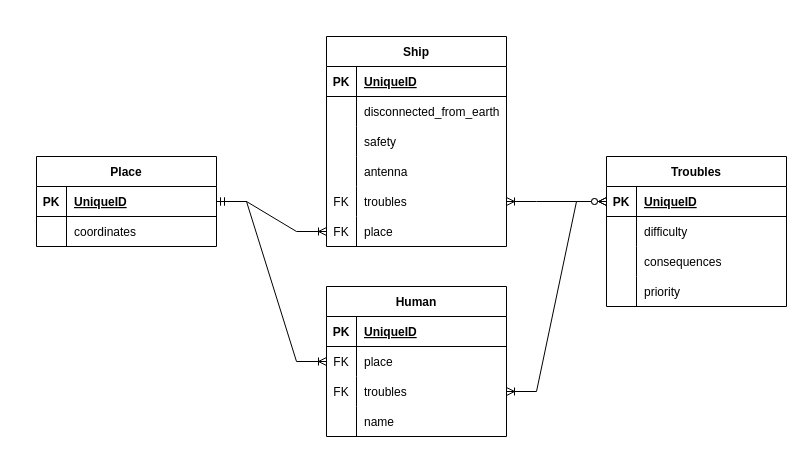
Earlier version of the draw.io diagram lab1/ER_diagram.drawio (worthant/Databases-course). Source tidied: cells renumbered, new cells numbered last; positions are measured from the earlier drawing's top-left corner, leaving out a move shared by most shapes. Both pictures are drawn from the tidied source at 100%, with x=0, y=0 at pixel (36, 36).
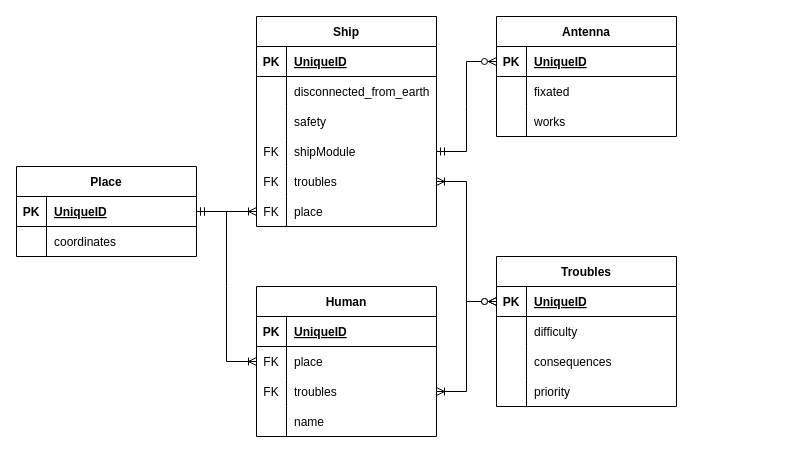
The same diagram, later.

Unchanged cells that the change refers to:
```xml
<mxCell id="12" style="shape=tableRow;horizontal=0;startSize=0;swimlaneHead=0;swimlaneBody=0;fillColor=none;points=[[0,0.5],[1,0.5]];portConstraint=eastwest;top=0;left=0;right=0;bottom=0;" parent="2" vertex="1">
  <mxGeometry y="120" width="180" height="30" as="geometry" />
</mxCell>
```

What changed in the source:
```diff
@@
     <mxCell id="2" value="Ship" style="shape=table;startSize=30;childLayout=tableLayout;rowLines=0;fontStyle=1;align=center;" parent="1" vertex="1">
-      <mxGeometry x="290" width="180" height="210" as="geometry" />
+      <mxGeometry x="220" y="-20" width="180" height="210" as="geometry" />
     </mxCell>
@@
-    <mxCell id="13" style="shape=partialRectangle;fillColor=none;top=0;left=0;bottom=0;right=0;overflow=hidden;" parent="12" vertex="1">
+    <mxCell id="13" value="FK" style="shape=partialRectangle;fillColor=none;top=0;left=0;bottom=0;right=0;overflow=hidden;" parent="12" vertex="1">
       <mxGeometry width="30" height="30" as="geometry" />
     </mxCell>
-    <mxCell id="14" value="antenna" style="shape=partialRectangle;fillColor=none;top=0;left=0;bottom=0;right=0;align=left;spacingLeft=6;overflow=hidden;" parent="12" vertex="1">
+    <mxCell id="14" value="shipModule" style="shape=partialRectangle;fillColor=none;top=0;left=0;bottom=0;right=0;align=left;spacingLeft=6;overflow=hidden;" parent="12" vertex="1">
       <mxGeometry x="30" width="150" height="30" as="geometry" />
     </mxCell>
@@
     <mxCell id="21" value="Place" style="shape=table;startSize=30;childLayout=tableLayout;rowLines=0;fontStyle=1;align=center;" parent="1" vertex="1">
-      <mxGeometry y="120" width="180" height="90" as="geometry" />
+      <mxGeometry x="-20" y="130" width="180" height="90" as="geometry" />
     </mxCell>
@@
     <mxCell id="28" value="Human" style="shape=table;startSize=30;childLayout=tableLayout;rowLines=0;fontStyle=1;align=center;" parent="1" vertex="1">
-      <mxGeometry x="290" y="250" width="180" height="150" as="geometry" />
+      <mxGeometry x="220" y="250" width="180" height="150" as="geometry" />
     </mxCell>
@@
     <mxCell id="41" value="Troubles" style="shape=table;startSize=30;childLayout=tableLayout;rowLines=0;fontStyle=1;align=center;" parent="1" vertex="1">
-      <mxGeometry x="570" y="120" width="180" height="150" as="geometry" />
+      <mxGeometry x="460" y="220" width="180" height="150" as="geometry" />
     </mxCell>
@@
+    <mxCell id="58" value="Antenna" style="shape=table;startSize=30;childLayout=tableLayout;rowLines=0;fontStyle=1;align=center;" parent="1" vertex="1">
+      <mxGeometry x="460" y="-20" width="180" height="120" as="geometry" />
+    </mxCell>
+    <mxCell id="59" style="shape=tableRow;horizontal=0;startSize=0;swimlaneHead=0;swimlaneBody=0;fillColor=none;points=[[0,0.5],[1,0.5]];portConstraint=eastwest;top=0;left=0;right=0;bottom=1;" parent="58" vertex="1">
+      <mxGeometry y="30" width="180" height="30" as="geometry" />
+    </mxCell>
+    <mxCell id="60" value="PK" style="shape=partialRectangle;fillColor=none;top=0;left=0;bottom=0;right=0;fontStyle=1;overflow=hidden;" parent="59" vertex="1">
+      <mxGeometry width="30" height="30" as="geometry" />
+    </mxCell>
+    <mxCell id="61" value="UniqueID" style="shape=partialRectangle;fillColor=none;top=0;left=0;bottom=0;right=0;align=left;spacingLeft=6;fontStyle=5;overflow=hidden;" parent="59" vertex="1">
+      <mxGeometry x="30" width="150" height="30" as="geometry" />
+    </mxCell>
+    <mxCell id="62" style="shape=tableRow;horizontal=0;startSize=0;swimlaneHead=0;swimlaneBody=0;fillColor=none;top=0;left=0;right=0;bottom=0;" parent="58" vertex="1">
+      <mxGeometry y="60" width="180" height="30" as="geometry" />
+    </mxCell>
+    <mxCell id="63" style="shape=partialRectangle;fillColor=none;top=0;left=0;bottom=0;right=0;overflow=hidden;" parent="62" vertex="1">
+      <mxGeometry width="30" height="30" as="geometry" />
+    </mxCell>
+    <mxCell id="64" value="fixated" style="shape=partialRectangle;fillColor=none;top=0;left=0;bottom=0;right=0;align=left;spacingLeft=6;overflow=hidden;" parent="62" vertex="1">
+      <mxGeometry x="30" width="150" height="30" as="geometry" />
+    </mxCell>
+    <mxCell id="65" style="shape=tableRow;horizontal=0;startSize=0;swimlaneHead=0;swimlaneBody=0;fillColor=none;top=0;left=0;right=0;bottom=0;" parent="58" vertex="1">
+      <mxGeometry y="90" width="180" height="30" as="geometry" />
+    </mxCell>
+    <mxCell id="66" style="shape=partialRectangle;fillColor=none;top=0;left=0;bottom=0;right=0;overflow=hidden;" parent="65" vertex="1">
+      <mxGeometry width="30" height="30" as="geometry" />
+    </mxCell>
+    <mxCell id="67" value="works" style="shape=partialRectangle;fillColor=none;top=0;left=0;bottom=0;right=0;align=left;spacingLeft=6;overflow=hidden;" parent="65" vertex="1">
+      <mxGeometry x="30" width="150" height="30" as="geometry" />
+    </mxCell>
+    <mxCell id="68" style="edgeStyle=entityRelationEdgeStyle;fontSize=12;html=1;endArrow=ERzeroToMany;startArrow=ERmandOne;rounded=0;exitX=1;exitY=0.5;exitDx=0;exitDy=0;entryX=0;entryY=0.5;entryDx=0;entryDy=0;" parent="1" edge="1" source="12" target="59">
+      <mxGeometry relative="1" as="geometry" />
+    </mxCell>
```
